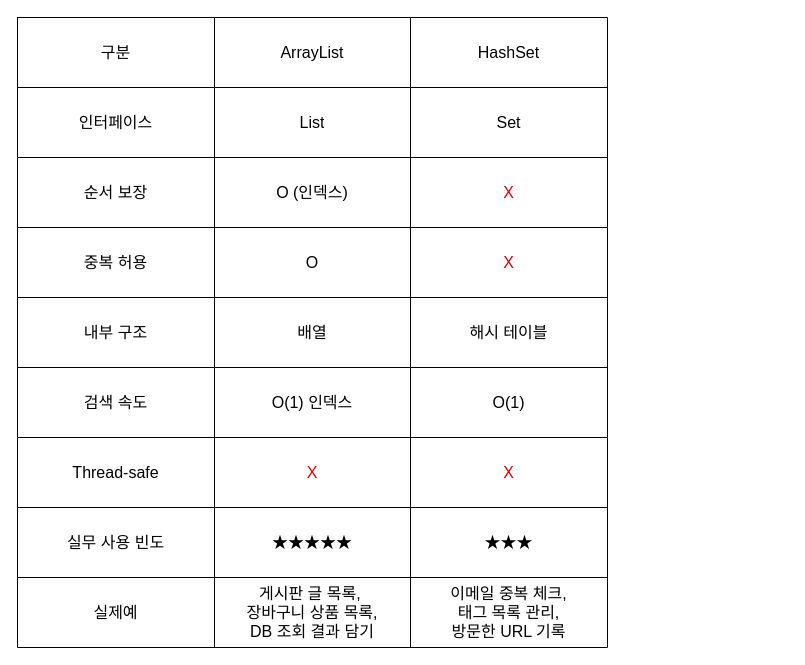
The draw.io diagram page "컬렉션 비교표" (2 of 2) of Phase2_Java/02_Java_OOP/Collection.drawio in jfbootcamp/jf-job-prep-bootcamp, before the edit. Source tidied: cells renumbered, new cells numbered last; positions are measured from the earlier drawing's top-left corner, leaving out a move shared by most shapes. Both pictures are drawn from the tidied source at 100%, with x=0, y=0 at pixel (17, 17).
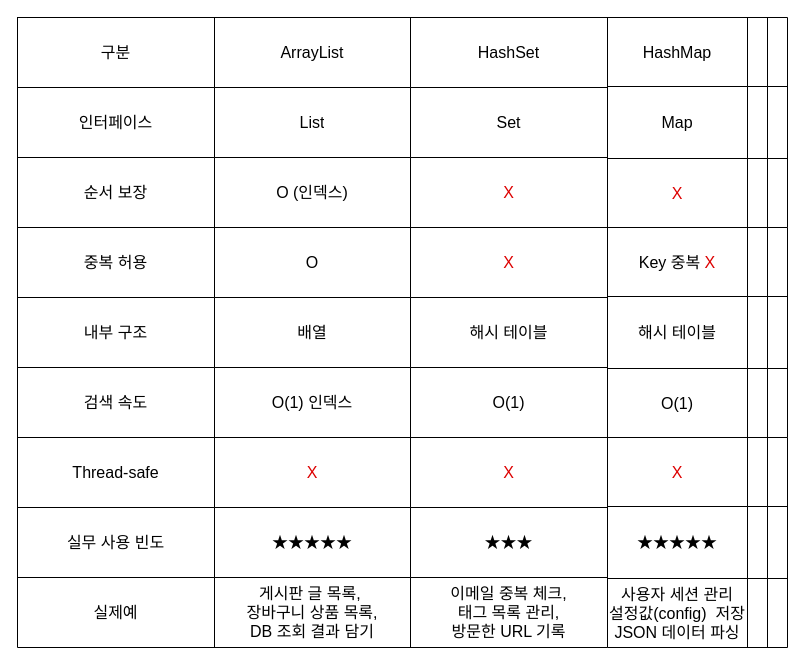
The same page after the edit.

Diff of the diagram source:
```diff
@@
+    <mxCell id="41" style="shape=table;startSize=0;childLayout=tableLayout;fontSize=16;" parent="1" vertex="1">
+      <mxGeometry x="590" width="180" height="210" as="geometry" />
+    </mxCell>
+    <mxCell id="42" style="shape=tableRow;horizontal=0;startSize=0;swimlaneHead=0;swimlaneBody=0;strokeColor=inherit;top=0;left=0;bottom=0;right=0;fillColor=none;fontSize=16;" parent="41" vertex="1">
+      <mxGeometry width="180" height="69" as="geometry" />
+    </mxCell>
+    <mxCell id="43" value="HashMap" style="shape=partialRectangle;html=1;whiteSpace=wrap;strokeColor=inherit;overflow=hidden;fillColor=none;top=0;left=0;bottom=0;right=0;fontSize=16;" parent="42" vertex="1">
+      <mxGeometry width="140" height="69" as="geometry" />
+    </mxCell>
+    <mxCell id="44" style="shape=partialRectangle;html=1;whiteSpace=wrap;strokeColor=inherit;overflow=hidden;fillColor=none;top=0;left=0;bottom=0;right=0;fontSize=16;" parent="42" vertex="1">
+      <mxGeometry x="140" width="20" height="69" as="geometry" />
+    </mxCell>
+    <mxCell id="45" style="shape=partialRectangle;html=1;whiteSpace=wrap;strokeColor=inherit;overflow=hidden;fillColor=none;top=0;left=0;bottom=0;right=0;fontSize=16;" parent="42" vertex="1">
+      <mxGeometry x="160" width="20" height="69" as="geometry" />
+    </mxCell>
+    <mxCell id="46" style="shape=tableRow;horizontal=0;startSize=0;swimlaneHead=0;swimlaneBody=0;strokeColor=inherit;top=0;left=0;bottom=0;right=0;fillColor=none;fontSize=16;" parent="41" vertex="1">
+      <mxGeometry y="69" width="180" height="72" as="geometry" />
+    </mxCell>
+    <mxCell id="47" value="Map" style="shape=partialRectangle;html=1;whiteSpace=wrap;strokeColor=inherit;overflow=hidden;fillColor=none;top=0;left=0;bottom=0;right=0;fontSize=16;" parent="46" vertex="1">
+      <mxGeometry width="140" height="72" as="geometry" />
+    </mxCell>
+    <mxCell id="48" style="shape=partialRectangle;html=1;whiteSpace=wrap;strokeColor=inherit;overflow=hidden;fillColor=none;top=0;left=0;bottom=0;right=0;fontSize=16;" parent="46" vertex="1">
+      <mxGeometry x="140" width="20" height="72" as="geometry" />
+    </mxCell>
+    <mxCell id="49" style="shape=partialRectangle;html=1;whiteSpace=wrap;strokeColor=inherit;overflow=hidden;fillColor=none;top=0;left=0;bottom=0;right=0;fontSize=16;" parent="46" vertex="1">
+      <mxGeometry x="160" width="20" height="72" as="geometry" />
+    </mxCell>
+    <mxCell id="50" style="shape=tableRow;horizontal=0;startSize=0;swimlaneHead=0;swimlaneBody=0;strokeColor=inherit;top=0;left=0;bottom=0;right=0;fillColor=none;fontSize=16;" parent="41" vertex="1">
+      <mxGeometry y="141" width="180" height="69" as="geometry" />
+    </mxCell>
+    <mxCell id="51" value="&lt;span style=&quot;color: rgb(221, 0, 0);&quot;&gt;X&lt;/span&gt;" style="shape=partialRectangle;html=1;whiteSpace=wrap;strokeColor=inherit;overflow=hidden;fillColor=none;top=0;left=0;bottom=0;right=0;fontSize=16;" parent="50" vertex="1">
+      <mxGeometry width="140" height="69" as="geometry" />
+    </mxCell>
+    <mxCell id="52" style="shape=partialRectangle;html=1;whiteSpace=wrap;strokeColor=inherit;overflow=hidden;fillColor=none;top=0;left=0;bottom=0;right=0;fontSize=16;" parent="50" vertex="1">
+      <mxGeometry x="140" width="20" height="69" as="geometry" />
+    </mxCell>
+    <mxCell id="53" style="shape=partialRectangle;html=1;whiteSpace=wrap;strokeColor=inherit;overflow=hidden;fillColor=none;top=0;left=0;bottom=0;right=0;fontSize=16;" parent="50" vertex="1">
+      <mxGeometry x="160" width="20" height="69" as="geometry" />
+    </mxCell>
+    <mxCell id="54" style="shape=table;startSize=0;childLayout=tableLayout;fontSize=16;" parent="1" vertex="1">
+      <mxGeometry x="590" y="210" width="180" height="210" as="geometry" />
+    </mxCell>
+    <mxCell id="55" style="shape=tableRow;horizontal=0;startSize=0;swimlaneHead=0;swimlaneBody=0;strokeColor=inherit;top=0;left=0;bottom=0;right=0;fillColor=none;fontSize=16;" parent="54" vertex="1">
+      <mxGeometry width="180" height="69" as="geometry" />
+    </mxCell>
+    <mxCell id="56" value="Key 중복&amp;nbsp;&lt;span style=&quot;color: rgb(221, 0, 0);&quot;&gt;X&lt;/span&gt;" style="shape=partialRectangle;html=1;whiteSpace=wrap;strokeColor=inherit;overflow=hidden;fillColor=none;top=0;left=0;bottom=0;right=0;fontSize=16;" parent="55" vertex="1">
+      <mxGeometry width="140" height="69" as="geometry" />
+    </mxCell>
+    <mxCell id="57" style="shape=partialRectangle;html=1;whiteSpace=wrap;strokeColor=inherit;overflow=hidden;fillColor=none;top=0;left=0;bottom=0;right=0;fontSize=16;" parent="55" vertex="1">
+      <mxGeometry x="140" width="20" height="69" as="geometry" />
+    </mxCell>
+    <mxCell id="58" style="shape=partialRectangle;html=1;whiteSpace=wrap;strokeColor=inherit;overflow=hidden;fillColor=none;top=0;left=0;bottom=0;right=0;fontSize=16;" parent="55" vertex="1">
+      <mxGeometry x="160" width="20" height="69" as="geometry" />
+    </mxCell>
+    <mxCell id="59" style="shape=tableRow;horizontal=0;startSize=0;swimlaneHead=0;swimlaneBody=0;strokeColor=inherit;top=0;left=0;bottom=0;right=0;fillColor=none;fontSize=16;" parent="54" vertex="1">
+      <mxGeometry y="69" width="180" height="72" as="geometry" />
+    </mxCell>
+    <mxCell id="60" value="해시 테이블" style="shape=partialRectangle;html=1;whiteSpace=wrap;strokeColor=inherit;overflow=hidden;fillColor=none;top=0;left=0;bottom=0;right=0;fontSize=16;" parent="59" vertex="1">
+      <mxGeometry width="140" height="72" as="geometry" />
+    </mxCell>
+    <mxCell id="61" style="shape=partialRectangle;html=1;whiteSpace=wrap;strokeColor=inherit;overflow=hidden;fillColor=none;top=0;left=0;bottom=0;right=0;fontSize=16;" parent="59" vertex="1">
+      <mxGeometry x="140" width="20" height="72" as="geometry" />
+    </mxCell>
+    <mxCell id="62" style="shape=partialRectangle;html=1;whiteSpace=wrap;strokeColor=inherit;overflow=hidden;fillColor=none;top=0;left=0;bottom=0;right=0;fontSize=16;" parent="59" vertex="1">
+      <mxGeometry x="160" width="20" height="72" as="geometry" />
+    </mxCell>
+    <mxCell id="63" style="shape=tableRow;horizontal=0;startSize=0;swimlaneHead=0;swimlaneBody=0;strokeColor=inherit;top=0;left=0;bottom=0;right=0;fillColor=none;fontSize=16;" parent="54" vertex="1">
+      <mxGeometry y="141" width="180" height="69" as="geometry" />
+    </mxCell>
+    <mxCell id="64" value="O(1)" style="shape=partialRectangle;html=1;whiteSpace=wrap;strokeColor=inherit;overflow=hidden;fillColor=none;top=0;left=0;bottom=0;right=0;fontSize=16;" parent="63" vertex="1">
+      <mxGeometry width="140" height="69" as="geometry" />
+    </mxCell>
+    <mxCell id="65" style="shape=partialRectangle;html=1;whiteSpace=wrap;strokeColor=inherit;overflow=hidden;fillColor=none;top=0;left=0;bottom=0;right=0;fontSize=16;" parent="63" vertex="1">
+      <mxGeometry x="140" width="20" height="69" as="geometry" />
+    </mxCell>
+    <mxCell id="66" style="shape=partialRectangle;html=1;whiteSpace=wrap;strokeColor=inherit;overflow=hidden;fillColor=none;top=0;left=0;bottom=0;right=0;fontSize=16;" parent="63" vertex="1">
+      <mxGeometry x="160" width="20" height="69" as="geometry" />
+    </mxCell>
+    <mxCell id="67" style="shape=table;startSize=0;childLayout=tableLayout;fontSize=16;" parent="1" vertex="1">
+      <mxGeometry x="590" y="420" width="180" height="210" as="geometry" />
+    </mxCell>
+    <mxCell id="68" style="shape=tableRow;horizontal=0;startSize=0;swimlaneHead=0;swimlaneBody=0;strokeColor=inherit;top=0;left=0;bottom=0;right=0;fillColor=none;fontSize=16;" parent="67" vertex="1">
+      <mxGeometry width="180" height="69" as="geometry" />
+    </mxCell>
+    <mxCell id="69" value="&lt;span style=&quot;color: rgb(221, 0, 0);&quot;&gt;X&lt;/span&gt;" style="shape=partialRectangle;html=1;whiteSpace=wrap;strokeColor=inherit;overflow=hidden;fillColor=none;top=0;left=0;bottom=0;right=0;fontSize=16;" parent="68" vertex="1">
+      <mxGeometry width="140" height="69" as="geometry" />
+    </mxCell>
+    <mxCell id="70" style="shape=partialRectangle;html=1;whiteSpace=wrap;strokeColor=inherit;overflow=hidden;fillColor=none;top=0;left=0;bottom=0;right=0;fontSize=16;" parent="68" vertex="1">
+      <mxGeometry x="140" width="20" height="69" as="geometry" />
+    </mxCell>
+    <mxCell id="71" style="shape=partialRectangle;html=1;whiteSpace=wrap;strokeColor=inherit;overflow=hidden;fillColor=none;top=0;left=0;bottom=0;right=0;fontSize=16;" parent="68" vertex="1">
+      <mxGeometry x="160" width="20" height="69" as="geometry" />
+    </mxCell>
+    <mxCell id="72" style="shape=tableRow;horizontal=0;startSize=0;swimlaneHead=0;swimlaneBody=0;strokeColor=inherit;top=0;left=0;bottom=0;right=0;fillColor=none;fontSize=16;" parent="67" vertex="1">
+      <mxGeometry y="69" width="180" height="72" as="geometry" />
+    </mxCell>
+    <mxCell id="73" value="★★★★★" style="shape=partialRectangle;html=1;whiteSpace=wrap;strokeColor=inherit;overflow=hidden;fillColor=none;top=0;left=0;bottom=0;right=0;fontSize=16;" parent="72" vertex="1">
+      <mxGeometry width="140" height="72" as="geometry" />
+    </mxCell>
+    <mxCell id="74" style="shape=partialRectangle;html=1;whiteSpace=wrap;strokeColor=inherit;overflow=hidden;fillColor=none;top=0;left=0;bottom=0;right=0;fontSize=16;" parent="72" vertex="1">
+      <mxGeometry x="140" width="20" height="72" as="geometry" />
+    </mxCell>
+    <mxCell id="75" style="shape=partialRectangle;html=1;whiteSpace=wrap;strokeColor=inherit;overflow=hidden;fillColor=none;top=0;left=0;bottom=0;right=0;fontSize=16;" parent="72" vertex="1">
+      <mxGeometry x="160" width="20" height="72" as="geometry" />
+    </mxCell>
+    <mxCell id="76" style="shape=tableRow;horizontal=0;startSize=0;swimlaneHead=0;swimlaneBody=0;strokeColor=inherit;top=0;left=0;bottom=0;right=0;fillColor=none;fontSize=16;" parent="67" vertex="1">
+      <mxGeometry y="141" width="180" height="69" as="geometry" />
+    </mxCell>
+    <mxCell id="77" value="사용자 세션 관리&lt;div&gt;설정값(config)&amp;nbsp; 저장&lt;/div&gt;&lt;div&gt;JSON 데이터 파싱&lt;/div&gt;" style="shape=partialRectangle;html=1;whiteSpace=wrap;strokeColor=inherit;overflow=hidden;fillColor=none;top=0;left=0;bottom=0;right=0;fontSize=16;" parent="76" vertex="1">
+      <mxGeometry width="140" height="69" as="geometry" />
+    </mxCell>
+    <mxCell id="78" style="shape=partialRectangle;html=1;whiteSpace=wrap;strokeColor=inherit;overflow=hidden;fillColor=none;top=0;left=0;bottom=0;right=0;fontSize=16;" parent="76" vertex="1">
+      <mxGeometry x="140" width="20" height="69" as="geometry" />
+    </mxCell>
+    <mxCell id="79" style="shape=partialRectangle;html=1;whiteSpace=wrap;strokeColor=inherit;overflow=hidden;fillColor=none;top=0;left=0;bottom=0;right=0;fontSize=16;" parent="76" vertex="1">
+      <mxGeometry x="160" width="20" height="69" as="geometry" />
+    </mxCell>
```
